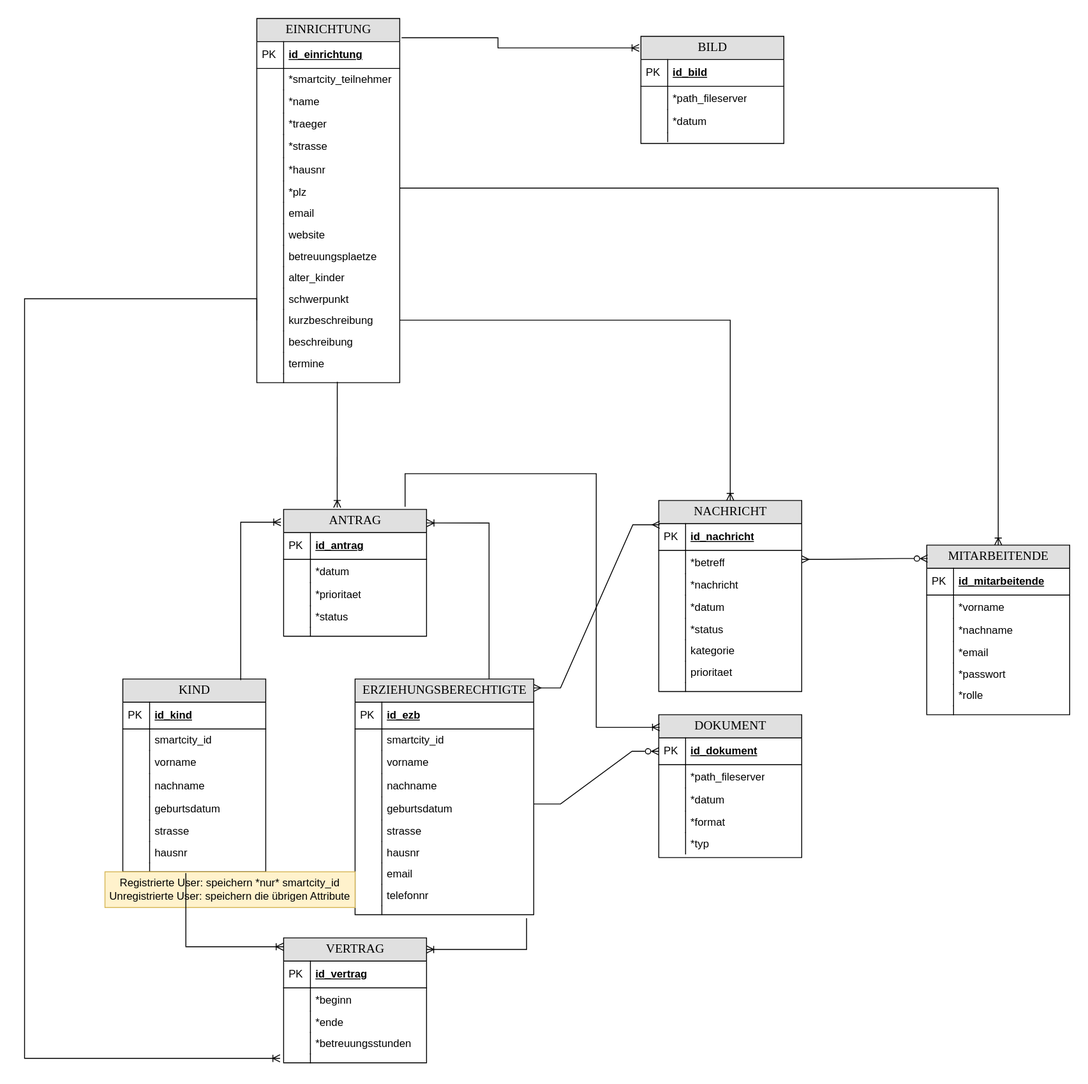
SmartCityProjectGroup/SmartCity keeps this draw.io diagram as kita/media/ERM.svg. Above is the earlier version. Source tidied: cells renumbered, new cells last; positions are measured from the earlier drawing's top-left corner, leaving out a move shared by most shapes.
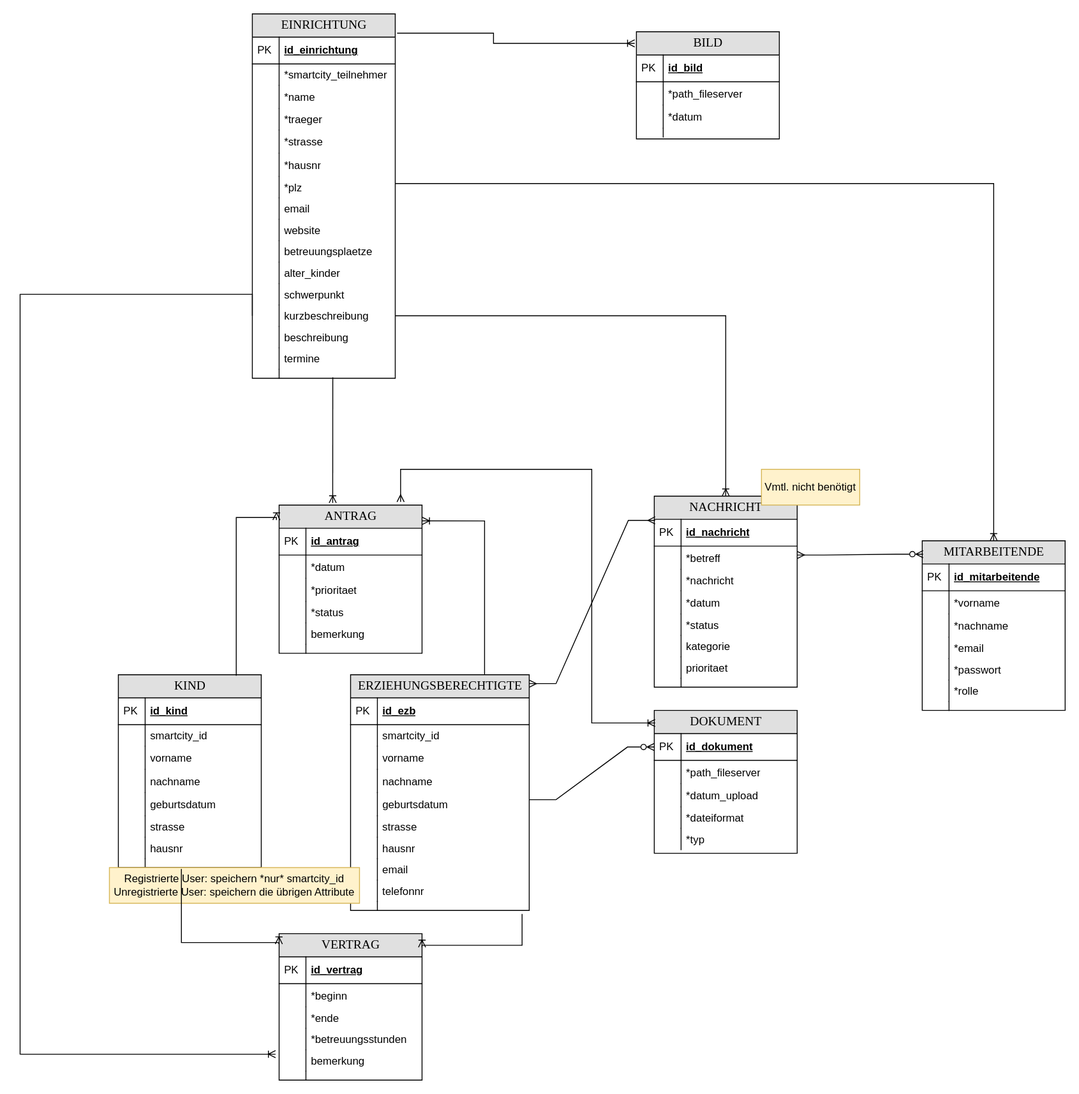
After the commit.

Diff of the diagram source:
```diff
@@ -251,7 +251,7 @@
       </mxGeometry>
     </mxCell>
     <mxCell id="83" value="ANTRAG" style="swimlane;html=1;fontStyle=0;horizontal=1;startSize=26;fillColor=#e0e0e0;swimlaneFillColor=#ffffff;align=center;rounded=0;shadow=0;comic=0;labelBackgroundColor=none;strokeWidth=1;fontFamily=Verdana;fontSize=14;" parent="1" vertex="1">
-      <mxGeometry x="290" y="550" width="160" height="142" as="geometry" />
+      <mxGeometry x="290" y="550" width="160" height="166" as="geometry" />
     </mxCell>
     <mxCell id="84" value="id_antrag" style="shape=partialRectangle;top=0;left=0;right=0;bottom=1;html=1;align=left;verticalAlign=middle;fillColor=none;spacingLeft=34;spacingRight=4;whiteSpace=wrap;overflow=hidden;fontStyle=5;" parent="83" vertex="1">
       <mxGeometry y="26" width="160" height="30" as="geometry" />
@@ -277,8 +277,14 @@
     <mxCell id="91" style="shape=partialRectangle;top=0;left=0;bottom=0;fillColor=none;stokeWidth=1;align=left;verticalAlign=middle;spacingLeft=4;spacingRight=4;overflow=hidden;" parent="90" vertex="1">
       <mxGeometry width="30" height="24" as="geometry" />
     </mxCell>
+    <mxCell id="161" value="bemerkung" style="shape=partialRectangle;fillColor=none;align=left;verticalAlign=middle;strokeColor=none;spacingLeft=34;" parent="83" vertex="1">
+      <mxGeometry y="132" width="160" height="24" as="geometry" />
+    </mxCell>
+    <mxCell id="162" style="shape=partialRectangle;top=0;left=0;bottom=0;fillColor=none;stokeWidth=1;align=left;verticalAlign=middle;spacingLeft=4;spacingRight=4;overflow=hidden;" parent="161" vertex="1">
+      <mxGeometry width="30" height="24" as="geometry" />
+    </mxCell>
     <mxCell id="92" style="shape=partialRectangle;top=0;left=0;right=0;bottom=0;html=1;align=left;verticalAlign=top;fillColor=none;spacingLeft=34;spacingRight=4;whiteSpace=wrap;overflow=hidden;" parent="83" vertex="1">
-      <mxGeometry y="132" width="160" height="10" as="geometry" />
+      <mxGeometry y="156" width="160" height="10" as="geometry" />
     </mxCell>
     <mxCell id="93" style="shape=partialRectangle;top=0;left=0;bottom=0;html=1;fillColor=none;align=left;verticalAlign=top;spacingLeft=4;spacingRight=4;whiteSpace=wrap;overflow=hidden;" parent="92" vertex="1">
       <mxGeometry width="30" height="10" as="geometry" />
@@ -353,13 +359,13 @@
     <mxCell id="115" style="shape=partialRectangle;top=0;left=0;bottom=0;html=1;fillColor=none;align=left;verticalAlign=top;spacingLeft=4;spacingRight=4;whiteSpace=wrap;overflow=hidden;" parent="114" vertex="1">
       <mxGeometry width="30" height="26" as="geometry" />
     </mxCell>
-    <mxCell id="116" value="*datum" style="shape=partialRectangle;top=0;left=0;right=0;bottom=0;html=1;align=left;verticalAlign=top;fillColor=none;spacingLeft=34;spacingRight=4;whiteSpace=wrap;overflow=hidden;" parent="111" vertex="1">
+    <mxCell id="116" value="*datum_upload" style="shape=partialRectangle;top=0;left=0;right=0;bottom=0;html=1;align=left;verticalAlign=top;fillColor=none;spacingLeft=34;spacingRight=4;whiteSpace=wrap;overflow=hidden;" parent="111" vertex="1">
       <mxGeometry y="82" width="160" height="26" as="geometry" />
     </mxCell>
     <mxCell id="117" style="shape=partialRectangle;top=0;left=0;bottom=0;html=1;fillColor=none;align=left;verticalAlign=top;spacingLeft=4;spacingRight=4;whiteSpace=wrap;overflow=hidden;" parent="116" vertex="1">
       <mxGeometry width="30" height="26" as="geometry" />
     </mxCell>
-    <mxCell id="118" value="*format" style="shape=partialRectangle;fillColor=none;align=left;verticalAlign=middle;strokeColor=none;spacingLeft=34;" parent="111" vertex="1">
+    <mxCell id="118" value="*dateiformat" style="shape=partialRectangle;fillColor=none;align=left;verticalAlign=middle;strokeColor=none;spacingLeft=34;" parent="111" vertex="1">
       <mxGeometry y="108" width="160" height="24" as="geometry" />
     </mxCell>
     <mxCell id="119" style="shape=partialRectangle;top=0;left=0;bottom=0;fillColor=none;stokeWidth=1;align=left;verticalAlign=middle;spacingLeft=4;spacingRight=4;overflow=hidden;" parent="118" vertex="1">
@@ -377,10 +383,10 @@
       </mxGeometry>
     </mxCell>
     <mxCell id="123" value="Registrierte User: speichern *nur* smartcity_id&lt;br&gt;Unregistrierte User: speichern die übrigen Attribute" style="text;html=1;strokeColor=#d6b656;fillColor=#fff2cc;align=center;verticalAlign=middle;whiteSpace=wrap;rounded=0;" parent="1" vertex="1">
-      <mxGeometry x="90" y="956" width="280" height="40" as="geometry" />
+      <mxGeometry x="100" y="956" width="280" height="40" as="geometry" />
     </mxCell>
     <mxCell id="124" value="VERTRAG" style="swimlane;html=1;fontStyle=0;horizontal=1;startSize=26;fillColor=#e0e0e0;swimlaneFillColor=#ffffff;align=center;rounded=0;shadow=0;comic=0;labelBackgroundColor=none;strokeWidth=1;fontFamily=Verdana;fontSize=14;" parent="1" vertex="1">
-      <mxGeometry x="290" y="1030" width="160" height="140" as="geometry" />
+      <mxGeometry x="290" y="1030" width="160" height="164" as="geometry" />
     </mxCell>
     <mxCell id="125" value="id_vertrag" style="shape=partialRectangle;top=0;left=0;right=0;bottom=1;html=1;align=left;verticalAlign=middle;fillColor=none;spacingLeft=34;spacingRight=4;whiteSpace=wrap;overflow=hidden;fontStyle=5;" parent="124" vertex="1">
       <mxGeometry y="26" width="160" height="30" as="geometry" />
@@ -406,8 +412,14 @@
     <mxCell id="132" style="shape=partialRectangle;top=0;left=0;bottom=0;fillColor=none;stokeWidth=1;align=left;verticalAlign=middle;spacingLeft=4;spacingRight=4;overflow=hidden;" parent="131" vertex="1">
       <mxGeometry width="30" height="24" as="geometry" />
     </mxCell>
+    <mxCell id="163" value="bemerkung" style="shape=partialRectangle;fillColor=none;align=left;verticalAlign=middle;strokeColor=none;spacingLeft=34;" parent="124" vertex="1">
+      <mxGeometry y="130" width="160" height="24" as="geometry" />
+    </mxCell>
+    <mxCell id="164" style="shape=partialRectangle;top=0;left=0;bottom=0;fillColor=none;stokeWidth=1;align=left;verticalAlign=middle;spacingLeft=4;spacingRight=4;overflow=hidden;" parent="163" vertex="1">
+      <mxGeometry width="30" height="24" as="geometry" />
+    </mxCell>
     <mxCell id="133" style="shape=partialRectangle;top=0;left=0;right=0;bottom=0;html=1;align=left;verticalAlign=top;fillColor=none;spacingLeft=34;spacingRight=4;whiteSpace=wrap;overflow=hidden;" parent="124" vertex="1">
-      <mxGeometry y="130" width="160" height="10" as="geometry" />
+      <mxGeometry y="154" width="160" height="10" as="geometry" />
     </mxCell>
     <mxCell id="134" style="shape=partialRectangle;top=0;left=0;bottom=0;html=1;fillColor=none;align=left;verticalAlign=top;spacingLeft=4;spacingRight=4;whiteSpace=wrap;overflow=hidden;" parent="133" vertex="1">
       <mxGeometry width="30" height="10" as="geometry" />
@@ -517,7 +529,7 @@
         </Array>
       </mxGeometry>
     </mxCell>
-    <mxCell id="160" style="fontSize=12;html=1;endArrow=ERoneToMany;startArrow=none;rounded=0;entryX=0.006;entryY=0.088;entryDx=0;entryDy=0;exitX=0.85;exitY=-0.021;exitDx=0;exitDy=0;edgeStyle=orthogonalEdgeStyle;startFill=0;endFill=0;exitPerimeter=0;entryPerimeter=0;" parent="1" edge="1" source="83" target="111">
+    <mxCell id="160" style="fontSize=12;html=1;endArrow=ERoneToMany;startArrow=ERmany;rounded=0;entryX=0.006;entryY=0.088;entryDx=0;entryDy=0;exitX=0.85;exitY=-0.021;exitDx=0;exitDy=0;edgeStyle=orthogonalEdgeStyle;startFill=0;endFill=0;exitPerimeter=0;entryPerimeter=0;" parent="1" edge="1" source="83" target="111">
       <mxGeometry relative="1" as="geometry">
         <Array as="points">
           <mxPoint x="426" y="510" />
@@ -526,5 +538,8 @@
         </Array>
       </mxGeometry>
     </mxCell>
+    <mxCell id="165" value="Vmtl. nicht benötigt" style="text;html=1;strokeColor=#d6b656;fillColor=#fff2cc;align=center;verticalAlign=middle;whiteSpace=wrap;rounded=0;" parent="1" vertex="1">
+      <mxGeometry x="830" y="510" width="110" height="40" as="geometry" />
+    </mxCell>
   </root>
 </mxGraphModel>
```
